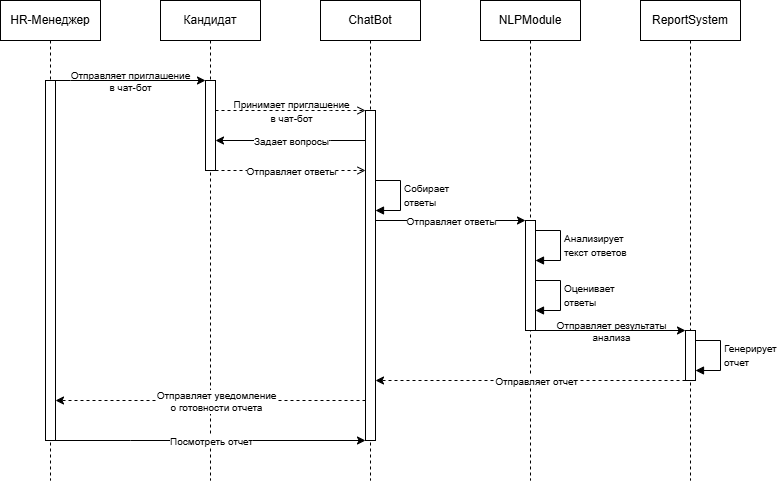
Above: Диаграмма последовательности.drawio.png in Evgeny-Yakovlev73/Diagramms (draw.io), before the change. Source tidied: cells renumbered, new cells last; positions are measured from the earlier drawing's top-left corner, leaving out a move shared by most shapes.
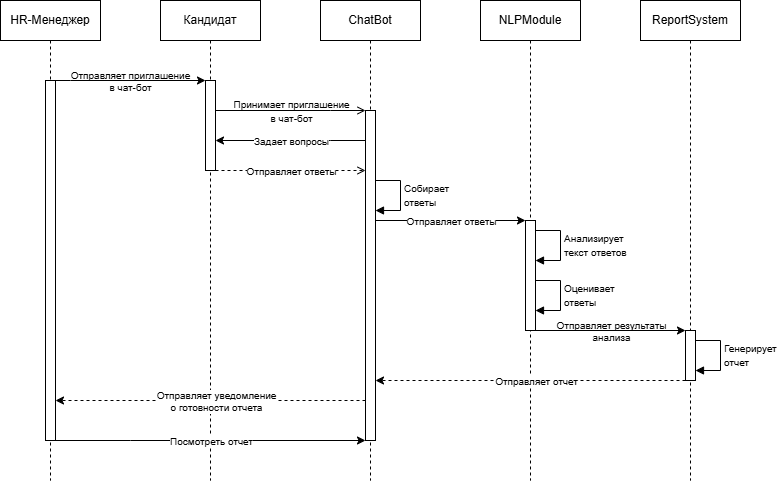
The same diagram one commit later.

What changed in the source:
```diff
@@ -66,7 +66,7 @@
         </Array>
       </mxGeometry>
     </mxCell>
-    <mxCell id="16" style="edgeStyle=orthogonalEdgeStyle;rounded=0;jettySize=auto;html=1;curved=0;dashed=1;endArrow=open;endFill=0;" parent="1" edge="1" source="5" target="7">
+    <mxCell id="16" style="edgeStyle=orthogonalEdgeStyle;rounded=0;jettySize=auto;html=1;curved=0;endArrow=open;endFill=0;" parent="1" edge="1" source="5" target="7">
       <mxGeometry relative="1" as="geometry">
         <Array as="points">
           <mxPoint x="330" y="110" />
```
